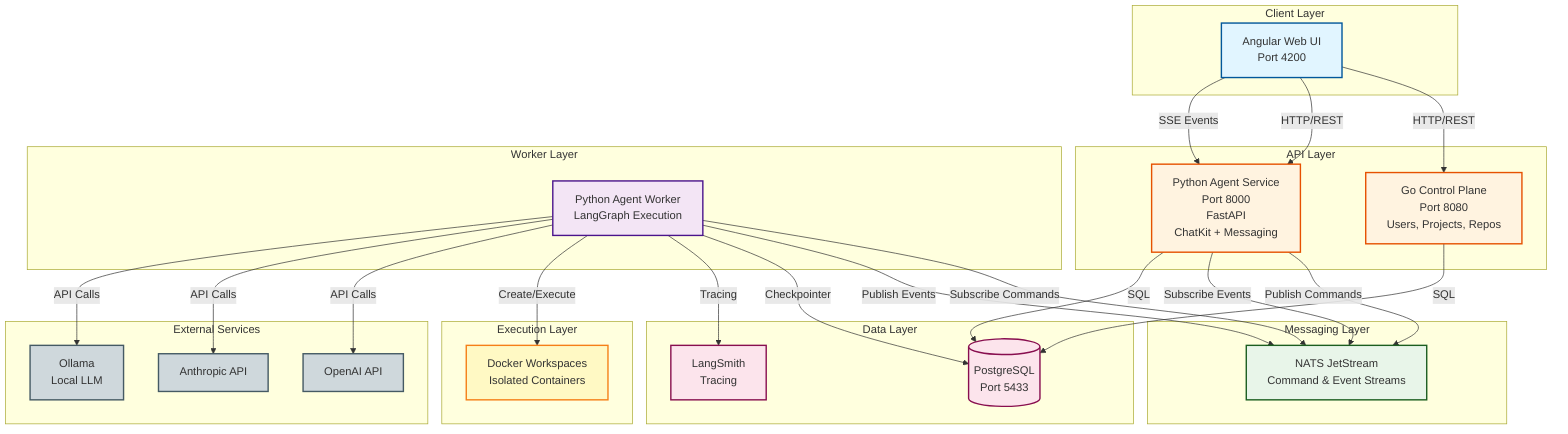
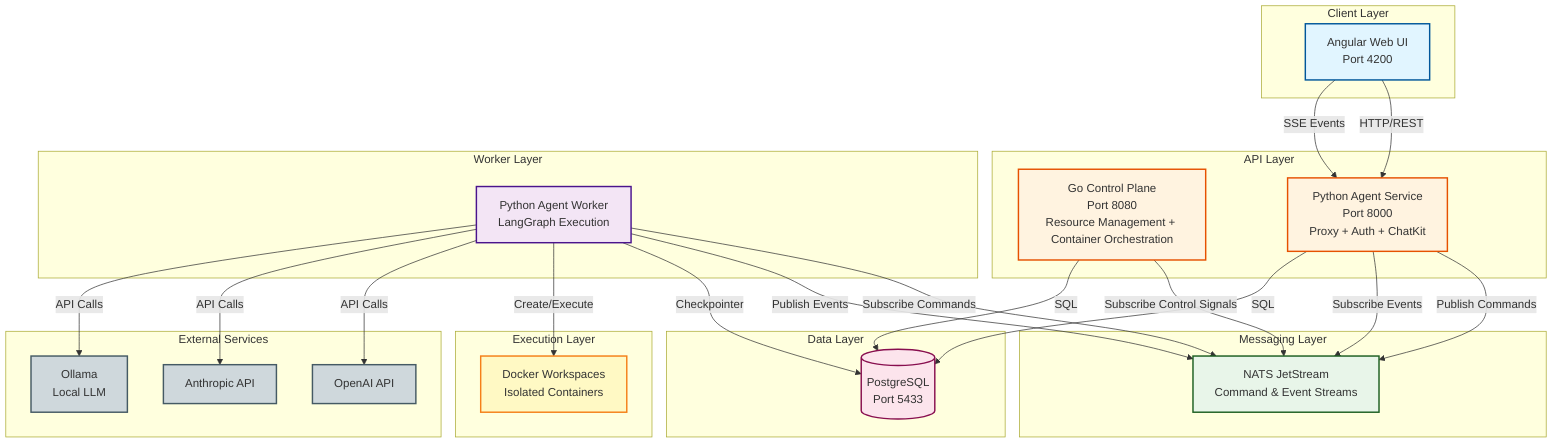
graph TB
    subgraph "Client Layer"
        WebUI[Angular Web UI<br/>Port 4200]
    end

    subgraph "API Layer"
-         ControlPlane[Go Control Plane<br/>Port 8080<br/>Users, Projects, Repos]
-         AgentService[Python Agent Service<br/>Port 8000<br/>FastAPI<br/>ChatKit + Messaging]
+         ControlPlane[Go Control Plane<br/>Port 8080<br/>Resource Management + Container Orchestration]
+         AgentService[Python Agent Service<br/>Port 8000<br/>Proxy + Auth + ChatKit]
    end

    subgraph "Worker Layer"
        AgentWorker[Python Agent Worker<br/>LangGraph Execution]
    end

    subgraph "Messaging Layer"
        NATS[NATS JetStream<br/>Command & Event Streams]
    end

    subgraph "Data Layer"
        PostgreSQL[(PostgreSQL<br/>Port 5433)]
-         LangSmith[LangSmith<br/>Tracing]
    end

    subgraph "Execution Layer"
        DockerWorkspaces[Docker Workspaces<br/>Isolated Containers]
    end

    subgraph "External Services"
        OpenAI[OpenAI API]
        Anthropic[Anthropic API]
        Ollama[Ollama<br/>Local LLM]
    end

    %% Client to API connections
-     WebUI -->|HTTP/REST| ControlPlane
    WebUI -->|HTTP/REST| AgentService
    WebUI -->|SSE Events| AgentService

    %% API to Worker via NATS
    AgentService -->|Publish Commands| NATS
+     ControlPlane -->|Subscribe Control Signals| NATS
    AgentWorker -->|Subscribe Commands| NATS
    AgentWorker -->|Publish Events| NATS
    AgentService -->|Subscribe Events| NATS

    %% Database connections
    ControlPlane -->|SQL| PostgreSQL
    AgentService -->|SQL| PostgreSQL
    AgentWorker -->|Checkpointer| PostgreSQL

-     %% LangSmith tracing
-     AgentWorker -->|Tracing| LangSmith

    %% Workspace management
    AgentWorker -->|Create/Execute| DockerWorkspaces

    %% LLM provider connections
    AgentWorker -->|API Calls| OpenAI
    AgentWorker -->|API Calls| Anthropic
    AgentWorker -->|API Calls| Ollama

    %% Styling
    classDef client fill:#e1f5ff,stroke:#01579b,stroke-width:2px
    classDef api fill:#fff3e0,stroke:#e65100,stroke-width:2px
    classDef worker fill:#f3e5f5,stroke:#4a148c,stroke-width:2px
    classDef messaging fill:#e8f5e9,stroke:#1b5e20,stroke-width:2px
    classDef data fill:#fce4ec,stroke:#880e4f,stroke-width:2px
    classDef execution fill:#fff9c4,stroke:#f57f17,stroke-width:2px
    classDef external fill:#cfd8dc,stroke:#455a64,stroke-width:2px

    class WebUI client
    class ControlPlane,AgentService api
    class AgentWorker worker
    class NATS messaging
-     class PostgreSQL,LangSmith data
+     class PostgreSQL data
    class DockerWorkspaces execution
    class OpenAI,Anthropic,Ollama external
